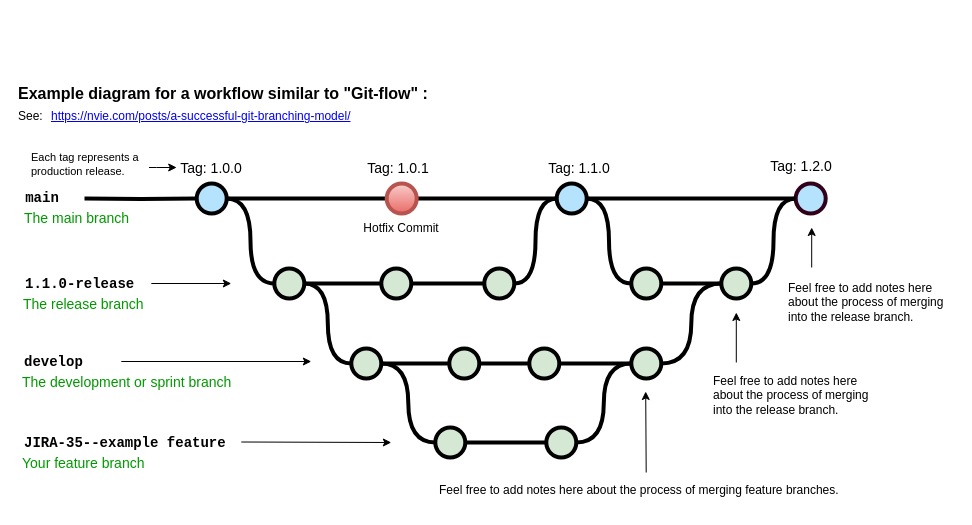
This is Untitled Diagram.drawio from ipARTEM/GB-04-OOP, a draw.io file, before an edit. Source tidied: cells renumbered, new cells numbered last; positions are measured from the earlier drawing's top-left corner, leaving out a move shared by most shapes. Both pictures are drawn from the tidied source at 100%, with x=0, y=0 at pixel (16, 77).
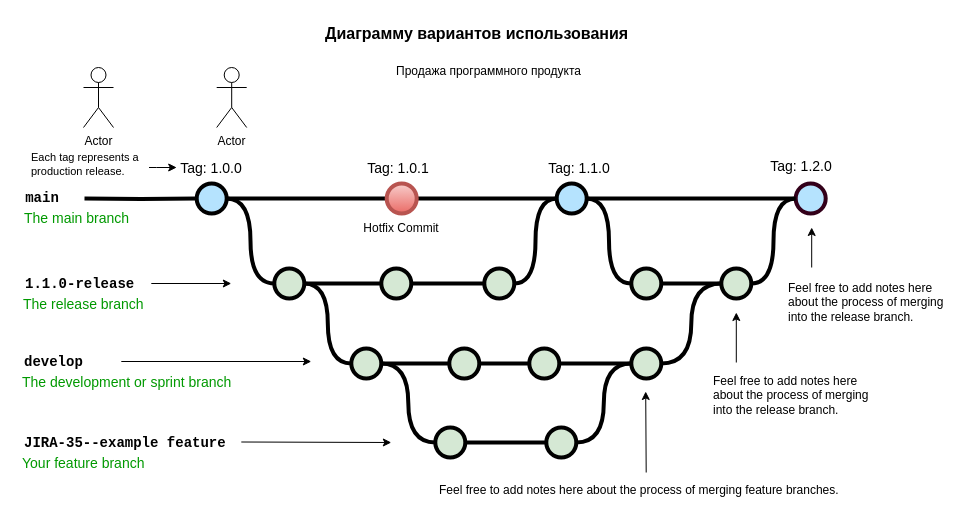
The same page after the edit.

What changed in the source:
```diff
@@
-    <mxCell id="55" value="Example diagram for a workflow similar to &quot;Git-flow&quot; :" style="text;whiteSpace=wrap;html=1;fontStyle=1;fontSize=16;" parent="1" vertex="1">
-      <mxGeometry x="0.2" width="427.8" height="20" as="geometry" />
+    <mxCell id="55" value="Диаграмму вариантов использования" style="text;whiteSpace=wrap;html=1;fontStyle=1;fontSize=16;" parent="1" vertex="1">
+      <mxGeometry x="307" y="-60" width="427.8" height="20" as="geometry" />
     </mxCell>
-    <mxCell id="56" value="&lt;a href=&quot;https://nvie.com/posts/a-successful-git-branching-model/&quot;&gt;https://nvie.com/posts/a-successful-git-branching-model/&lt;/a&gt;" style="text;whiteSpace=wrap;html=1;" parent="1" vertex="1">
-      <mxGeometry x="33" y="25" width="355" height="20" as="geometry" />
-    </mxCell>
-    <mxCell id="57" value="See:" style="text;whiteSpace=wrap;html=1;" parent="1" vertex="1">
-      <mxGeometry x="0.2" y="25" width="32.8" height="20" as="geometry" />
-    </mxCell>
@@
+    <mxCell id="63" value="&lt;span&gt;&lt;/span&gt;&lt;span&gt;&lt;/span&gt;&lt;span style=&quot;&quot;&gt;Продажа программного продукта&lt;/span&gt;" style="text;whiteSpace=wrap;html=1;" parent="1" vertex="1">
+      <mxGeometry x="377.8" y="-20" width="210" height="30" as="geometry" />
+    </mxCell>
+    <mxCell id="64" value="Actor" style="shape=umlActor;verticalLabelPosition=bottom;verticalAlign=top;html=1;" parent="1" vertex="1">
+      <mxGeometry x="200.2" y="-10" width="30" height="60" as="geometry" />
+    </mxCell>
+    <mxCell id="65" value="Actor" style="shape=umlActor;verticalLabelPosition=bottom;verticalAlign=top;html=1;" parent="1" vertex="1">
+      <mxGeometry x="67" y="-10" width="30" height="60" as="geometry" />
+    </mxCell>
```
